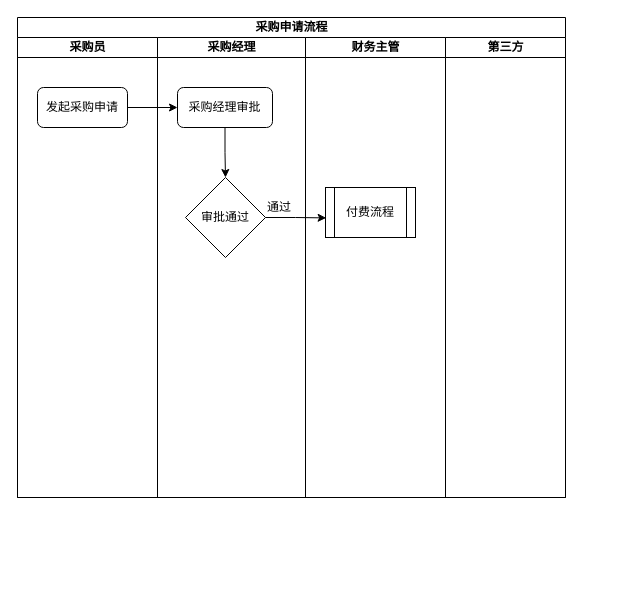
Above: purchase.drawio in janzhou123/mysaas (draw.io), before the change. Source tidied: cells renumbered, new cells numbered last; positions are measured from the earlier drawing's top-left corner, leaving out a move shared by most shapes. Both pictures are drawn from the tidied source at 100%, with x=0, y=0 at pixel (17, 17).
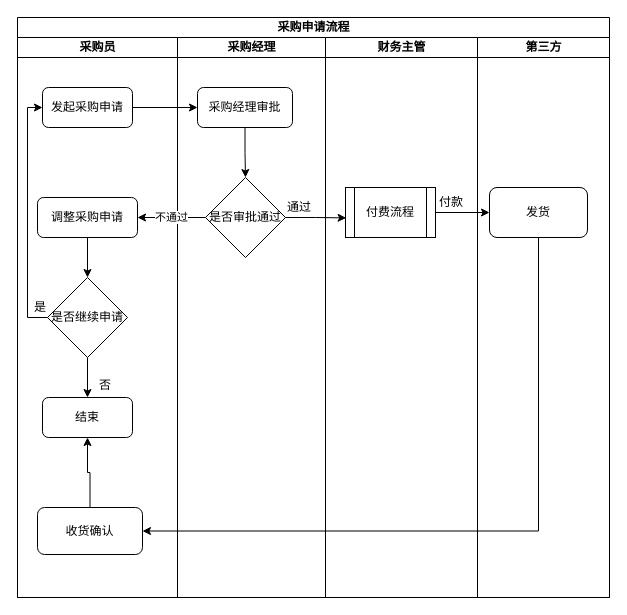
After the change.

Unchanged cells that the change refers to:
```xml
<mxCell id="11" value="付费流程" style="shape=process;whiteSpace=wrap;html=1;backgroundOutline=1;" parent="10" vertex="1">
  <mxGeometry x="20" y="150" width="90" height="50" as="geometry" />
</mxCell>
```

Change to the diagram source:
```diff
@@
     <mxCell id="2" value="采购申请流程" style="swimlane;html=1;startSize=20;" parent="1" vertex="1">
-      <mxGeometry width="548" height="480" as="geometry" />
+      <mxGeometry width="592" height="580" as="geometry" />
     </mxCell>
     <mxCell id="3" value="采购员" style="swimlane;html=1;startSize=20;" parent="2" vertex="1">
-      <mxGeometry y="20" width="140" height="460" as="geometry" />
+      <mxGeometry y="20" width="160" height="560" as="geometry" />
     </mxCell>
     <mxCell id="4" value="发起采购申请" style="rounded=1;whiteSpace=wrap;html=1;" parent="3" vertex="1">
-      <mxGeometry x="20" y="50" width="90" height="40" as="geometry" />
+      <mxGeometry x="25" y="50" width="90" height="40" as="geometry" />
     </mxCell>
+    <mxCell id="15" style="edgeStyle=orthogonalEdgeStyle;rounded=0;jettySize=auto;html=1;entryX=0.5;entryY=0;entryDx=0;entryDy=0;" parent="3" edge="1" source="16" target="19">
+      <mxGeometry relative="1" as="geometry" />
+    </mxCell>
+    <mxCell id="16" value="调整采购申请" style="rounded=1;whiteSpace=wrap;html=1;" parent="3" vertex="1">
+      <mxGeometry x="20" y="160" width="100" height="40" as="geometry" />
+    </mxCell>
+    <mxCell id="17" style="edgeStyle=orthogonalEdgeStyle;rounded=0;jettySize=auto;html=1;entryX=0;entryY=0.5;entryDx=0;entryDy=0;" parent="3" edge="1" source="19" target="4">
+      <mxGeometry relative="1" as="geometry">
+        <Array as="points">
+          <mxPoint x="10" y="280" />
+          <mxPoint x="10" y="70" />
+        </Array>
+      </mxGeometry>
+    </mxCell>
+    <mxCell id="18" style="edgeStyle=orthogonalEdgeStyle;rounded=0;jettySize=auto;html=1;entryX=0.5;entryY=0;entryDx=0;entryDy=0;" parent="3" edge="1" source="19" target="21">
+      <mxGeometry relative="1" as="geometry" />
+    </mxCell>
+    <mxCell id="19" value="是否继续申请" style="rhombus;whiteSpace=wrap;html=1;" parent="3" vertex="1">
+      <mxGeometry x="30" y="240" width="80" height="80" as="geometry" />
+    </mxCell>
+    <mxCell id="20" value="是" style="text;html=1;align=left;verticalAlign=top;spacingTop=-4;" parent="3" vertex="1">
+      <mxGeometry x="15" y="260" width="30" height="20" as="geometry" />
+    </mxCell>
+    <mxCell id="21" value="结束" style="rounded=1;whiteSpace=wrap;html=1;" parent="3" vertex="1">
+      <mxGeometry x="25" y="360" width="90" height="40" as="geometry" />
+    </mxCell>
+    <mxCell id="22" style="edgeStyle=orthogonalEdgeStyle;rounded=0;jettySize=auto;html=1;entryX=0.5;entryY=1;entryDx=0;entryDy=0;" parent="3" edge="1" source="23" target="21">
+      <mxGeometry relative="1" as="geometry" />
+    </mxCell>
+    <mxCell id="23" value="收货确认" style="rounded=1;whiteSpace=wrap;html=1;" parent="3" vertex="1">
+      <mxGeometry x="20" y="470" width="105" height="47" as="geometry" />
+    </mxCell>
     <mxCell id="5" value="采购经理" style="swimlane;html=1;startSize=20;" parent="2" vertex="1">
-      <mxGeometry x="140" y="20" width="148" height="460" as="geometry" />
+      <mxGeometry x="160" y="20" width="148" height="560" as="geometry" />
     </mxCell>
@@
-    <mxCell id="8" value="审批通过" style="rhombus;whiteSpace=wrap;html=1;" parent="5" vertex="1">
+    <mxCell id="8" value="是否审批通过" style="rhombus;whiteSpace=wrap;html=1;" parent="5" vertex="1">
       <mxGeometry x="28" y="140" width="80" height="80" as="geometry" />
     </mxCell>
@@
     <mxCell id="10" value="财务主管" style="swimlane;html=1;startSize=20;" parent="2" vertex="1">
-      <mxGeometry x="288" y="20" width="140" height="460" as="geometry" />
+      <mxGeometry x="308" y="20" width="152" height="560" as="geometry" />
     </mxCell>
@@
+    <mxCell id="24" value="付款" style="text;html=1;align=left;verticalAlign=top;spacingTop=-4;" parent="10" vertex="1">
+      <mxGeometry x="112" y="155" width="40" height="20" as="geometry" />
+    </mxCell>
     <mxCell id="12" value="第三方" style="swimlane;html=1;startSize=20;" parent="2" vertex="1">
-      <mxGeometry x="428" y="20" width="120" height="460" as="geometry" />
+      <mxGeometry x="460" y="20" width="132" height="560" as="geometry" />
     </mxCell>
+    <mxCell id="25" value="发货" style="rounded=1;whiteSpace=wrap;html=1;" parent="12" vertex="1">
+      <mxGeometry x="12" y="150" width="98" height="50" as="geometry" />
+    </mxCell>
@@
+    <mxCell id="26" value="不通过" style="edgeStyle=orthogonalEdgeStyle;rounded=0;jettySize=auto;html=1;entryX=1;entryY=0.5;entryDx=0;entryDy=0;" parent="2" edge="1" source="8" target="16">
+      <mxGeometry relative="1" as="geometry" />
+    </mxCell>
+    <mxCell id="27" style="edgeStyle=orthogonalEdgeStyle;rounded=0;jettySize=auto;html=1;entryX=0;entryY=0.5;entryDx=0;entryDy=0;" parent="2" edge="1" source="11" target="25">
+      <mxGeometry relative="1" as="geometry" />
+    </mxCell>
+    <mxCell id="28" style="edgeStyle=orthogonalEdgeStyle;rounded=0;jettySize=auto;html=1;entryX=1;entryY=0.5;entryDx=0;entryDy=0;exitX=0.5;exitY=1;exitDx=0;exitDy=0;" parent="2" edge="1" source="25" target="23">
+      <mxGeometry relative="1" as="geometry" />
+    </mxCell>
+    <mxCell id="29" value="否" style="text;html=1;align=left;verticalAlign=top;spacingTop=-4;" parent="1" vertex="1">
+      <mxGeometry x="80" y="358" width="30" height="20" as="geometry" />
+    </mxCell>
```
